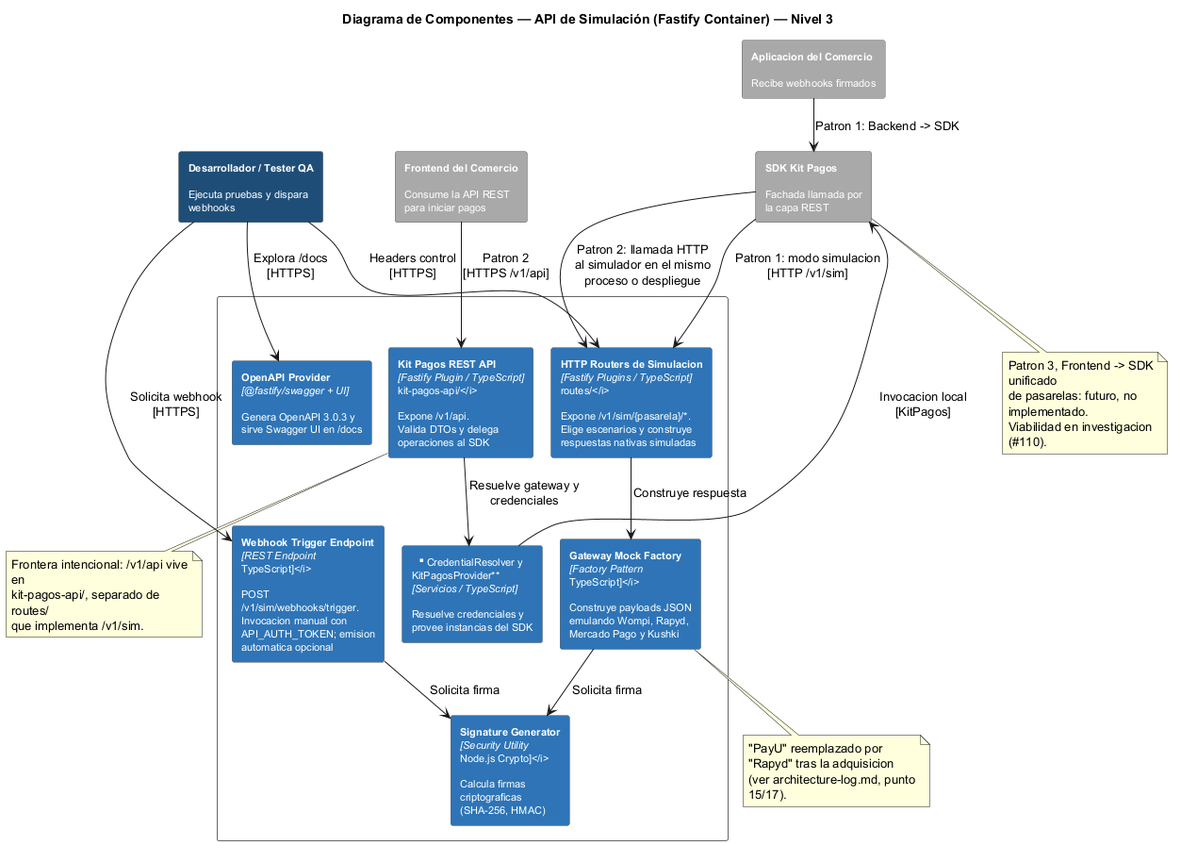
The PlantUML diagram docs/architecture/Simulador API/Component Diagram - C4.png in PurosBrothers/Kit-Pagos-Colombia---Tesis, before a commit.
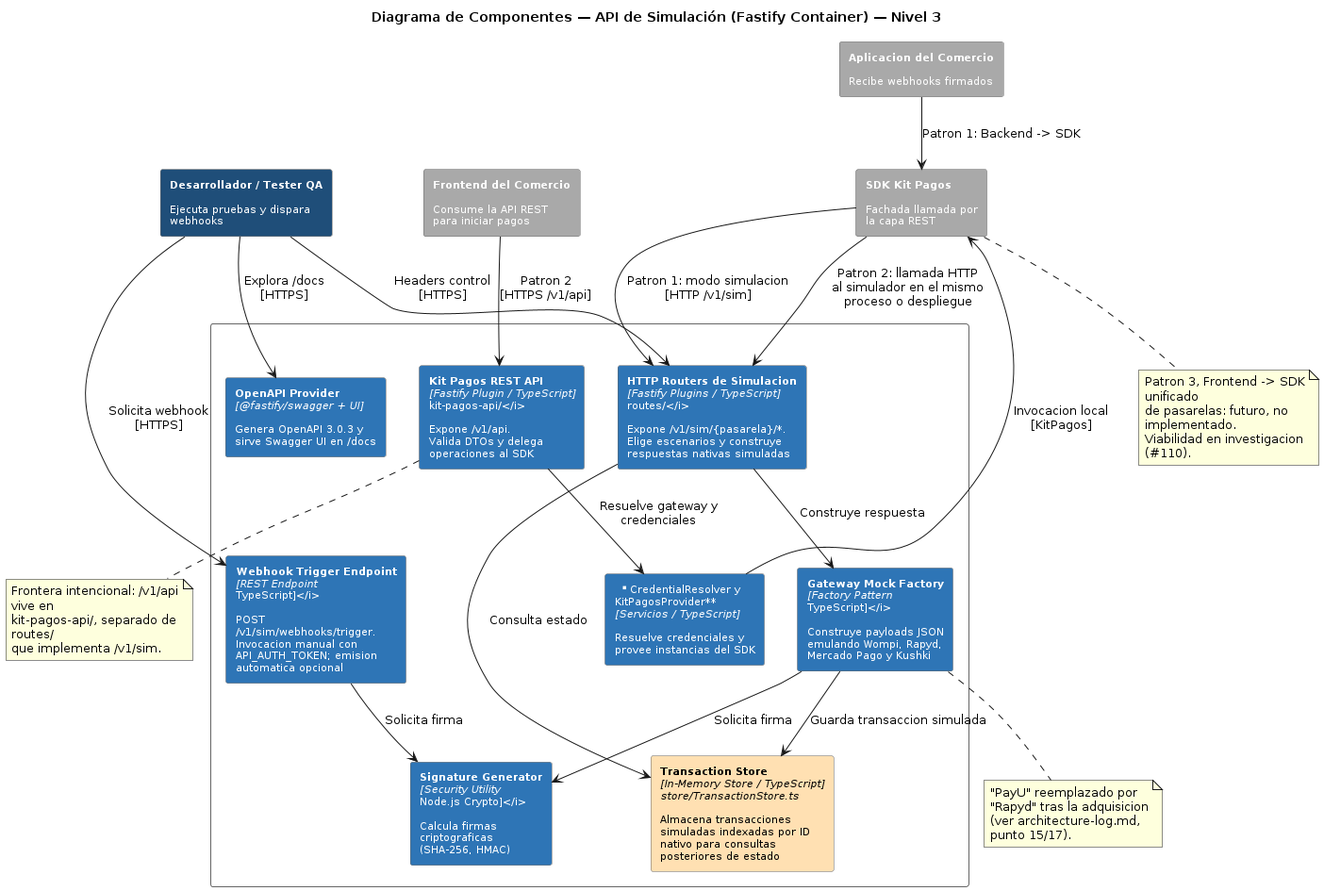
After the commit.

Change to the diagram source:
```diff
@@ -1,5 +1,4 @@
-@startuml Component Diagram - Simulador API
-!pragma layout smetana
+@startuml
 title Diagrama de Componentes — API de Simulación (Fastify Container) — Nivel 3
 skinparam backgroundColor white
 skinparam rectangleFontSize 11
@@ -23,6 +22,7 @@
   rectangle "**OpenAPI Provider**\n<i>[@fastify/swagger + UI]</i>\n\nGenera OpenAPI 3.0.3 y\nsirve Swagger UI en /docs" as OpenAPI #2E75B6
   rectangle "**Gateway Mock Factory**\n<i>[Factory Pattern\nTypeScript]</i>\n\nConstruye payloads JSON\nemulando Wompi, Rapyd,\nMercado Pago y Kushki" as MockFactory #2E75B6
   rectangle "**Signature Generator**\n<i>[Security Utility\nNode.js Crypto]</i>\n\nCalcula firmas\ncriptograficas\n(SHA-256, HMAC)" as SignatureGen #2E75B6
+  rectangle "<color:black>**Transaction Store**</color>\n<color:black><i>[In-Memory Store / TypeScript]</i></color>\n<color:black><i>store/TransactionStore.ts</i></color>\n\n<color:black>Almacena transacciones</color>\n<color:black>simuladas indexadas por ID</color>\n<color:black>nativo para consultas</color>\n<color:black>posteriores de estado</color>" as Store #FFE0B2
 }
 
 Frontend --> RestApi : Patron 2\n[HTTPS /v1/api]
@@ -38,6 +38,8 @@
 Router --> MockFactory : Construye respuesta
 MockFactory --> SignatureGen : Solicita firma
 WebhookEndpoint --> SignatureGen : Solicita firma
+MockFactory --> Store : Guarda transaccion simulada
+Router --> Store : Consulta estado
 
 note bottom of RestApi
   Frontera intencional: /v1/api vive en
@@ -55,5 +57,4 @@
   "PayU" reemplazado por "Rapyd" tras la adquisicion
   (ver architecture-log.md, punto 15/17).
 end note
-
 @enduml
```
